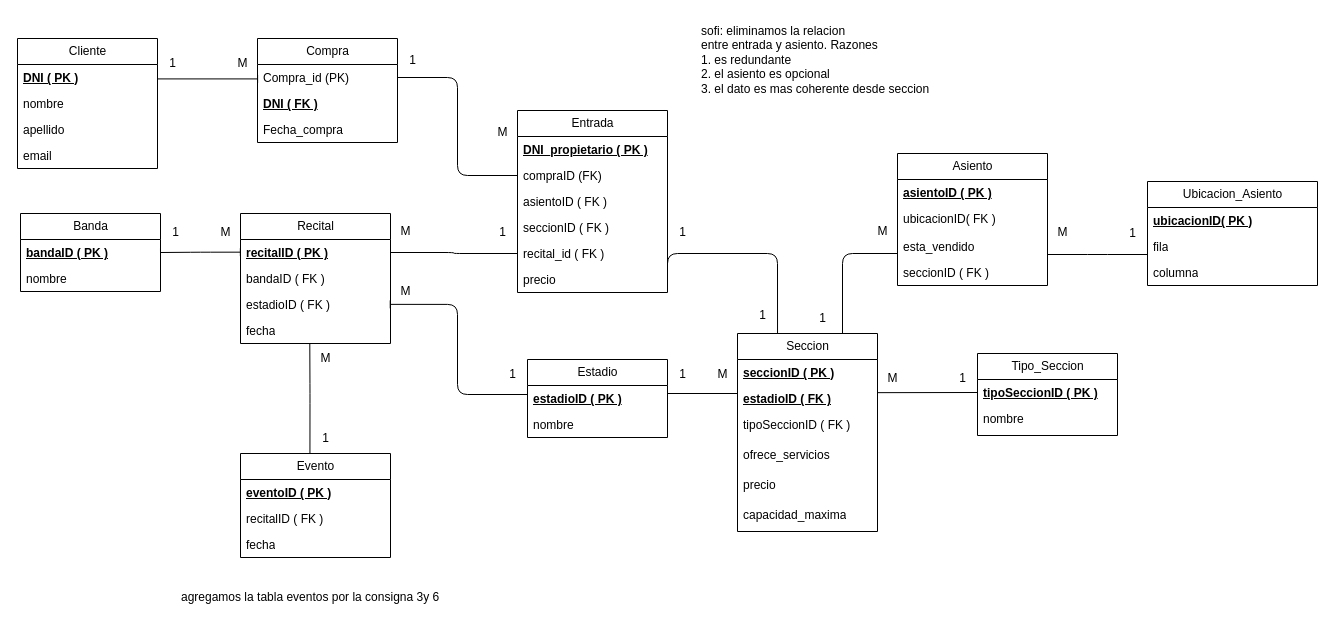
The draw.io diagram diagrama.drawio in DavidLBruno/sql-project, before the edit. Source tidied: cells renumbered, new cells numbered last; positions are measured from the earlier drawing's top-left corner, leaving out a move shared by most shapes. Both pictures are drawn from the tidied source at 100%, with x=0, y=0 at pixel (17, 17).
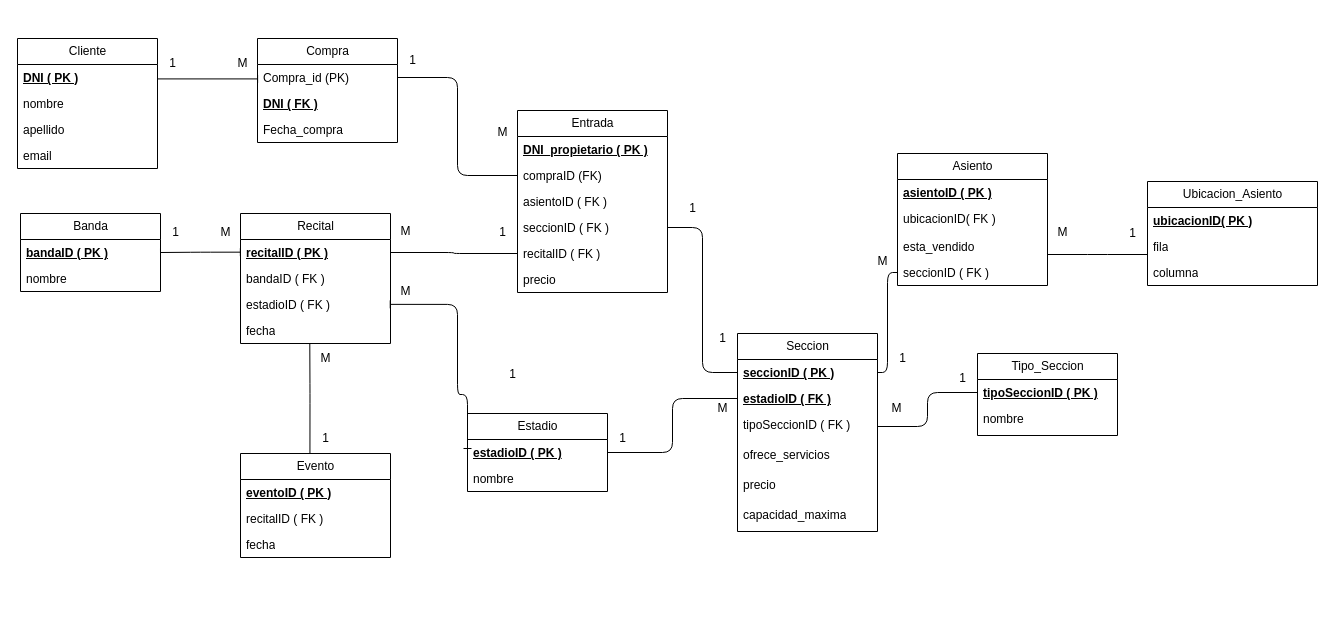
The same page after the edit.

The change refers to these unchanged cells:
```xml
<mxCell id="7" value="Entrada" style="swimlane;fontStyle=0;horizontal=1;startSize=26;fillColor=none;html=1;" parent="1" vertex="1">
  <mxGeometry x="500" y="93" width="150" height="182" as="geometry" />
</mxCell>
<mxCell id="11" value="seccionID ( FK )" style="text;strokeColor=none;fillColor=none;align=left;verticalAlign=top;spacingLeft=4;spacingRight=4;overflow=hidden;points=[[0,0.5],[1,0.5]];portConstraint=eastwest;whiteSpace=wrap;html=1;" parent="7" vertex="1">
  <mxGeometry y="104" width="150" height="26" as="geometry" />
</mxCell>
<mxCell id="13" value="precio" style="text;strokeColor=none;fillColor=none;align=left;verticalAlign=top;spacingLeft=4;spacingRight=4;overflow=hidden;points=[[0,0.5],[1,0.5]];portConstraint=eastwest;whiteSpace=wrap;html=1;" parent="7" vertex="1">
  <mxGeometry y="156" width="150" height="26" as="geometry" />
</mxCell>
<mxCell id="15" value="&lt;b&gt;&lt;u&gt;estadioID ( PK )&lt;/u&gt;&lt;/b&gt;" style="text;strokeColor=none;fillColor=none;align=left;verticalAlign=top;spacingLeft=4;spacingRight=4;overflow=hidden;points=[[0,0.5],[1,0.5]];portConstraint=eastwest;whiteSpace=wrap;html=1;" parent="14" vertex="1">
  <mxGeometry y="26" width="140" height="26" as="geometry" />
</mxCell>
<mxCell id="24" value="seccionID ( FK )" style="text;strokeColor=none;fillColor=none;align=left;verticalAlign=top;spacingLeft=4;spacingRight=4;overflow=hidden;points=[[0,0.5],[1,0.5]];portConstraint=eastwest;whiteSpace=wrap;html=1;" parent="20" vertex="1">
  <mxGeometry y="106" width="150" height="26" as="geometry" />
</mxCell>
<mxCell id="52" value="Seccion" style="swimlane;fontStyle=0;horizontal=1;startSize=26;fillColor=none;html=1;" parent="1" vertex="1">
  <mxGeometry x="720" y="316" width="140" height="198" as="geometry" />
</mxCell>
<mxCell id="53" value="&lt;b&gt;&lt;u&gt;seccionID ( PK )&lt;/u&gt;&lt;/b&gt;" style="text;strokeColor=none;fillColor=none;align=left;verticalAlign=top;spacingLeft=4;spacingRight=4;overflow=hidden;points=[[0,0.5],[1,0.5]];portConstraint=eastwest;whiteSpace=wrap;html=1;" parent="52" vertex="1">
  <mxGeometry y="26" width="140" height="26" as="geometry" />
</mxCell>
<mxCell id="54" value="&lt;b&gt;&lt;u&gt;estadioID ( FK )&lt;/u&gt;&lt;/b&gt;" style="text;strokeColor=none;fillColor=none;align=left;verticalAlign=top;spacingLeft=4;spacingRight=4;overflow=hidden;points=[[0,0.5],[1,0.5]];portConstraint=eastwest;whiteSpace=wrap;html=1;" parent="52" vertex="1">
  <mxGeometry y="52" width="140" height="26" as="geometry" />
</mxCell>
<mxCell id="55" value="tipoSeccionID ( FK )" style="text;strokeColor=none;fillColor=none;align=left;verticalAlign=top;spacingLeft=4;spacingRight=4;overflow=hidden;points=[[0,0.5],[1,0.5]];portConstraint=eastwest;whiteSpace=wrap;html=1;" parent="52" vertex="1">
  <mxGeometry y="78" width="140" height="30" as="geometry" />
</mxCell>
<mxCell id="60" value="&lt;b&gt;&lt;u&gt;tipoSeccionID ( PK )&lt;/u&gt;&lt;/b&gt;" style="text;strokeColor=none;fillColor=none;align=left;verticalAlign=top;spacingLeft=4;spacingRight=4;overflow=hidden;points=[[0,0.5],[1,0.5]];portConstraint=eastwest;whiteSpace=wrap;html=1;" parent="59" vertex="1">
  <mxGeometry y="26" width="140" height="26" as="geometry" />
</mxCell>
```

Diff of the diagram source:
```diff
@@
-    <mxCell id="12" value="recital_id ( FK )" style="text;strokeColor=none;fillColor=none;align=left;verticalAlign=top;spacingLeft=4;spacingRight=4;overflow=hidden;points=[[0,0.5],[1,0.5]];portConstraint=eastwest;whiteSpace=wrap;html=1;" parent="7" vertex="1">
+    <mxCell id="12" value="recitalID ( FK )" style="text;strokeColor=none;fillColor=none;align=left;verticalAlign=top;spacingLeft=4;spacingRight=4;overflow=hidden;points=[[0,0.5],[1,0.5]];portConstraint=eastwest;whiteSpace=wrap;html=1;" parent="7" vertex="1">
       <mxGeometry y="130" width="150" height="26" as="geometry" />
     </mxCell>
@@
     <mxCell id="14" value="Estadio" style="swimlane;fontStyle=0;horizontal=1;startSize=26;fillColor=none;html=1;" parent="1" vertex="1">
-      <mxGeometry x="510" y="342" width="140" height="78" as="geometry" />
+      <mxGeometry x="450" y="396" width="140" height="78" as="geometry" />
     </mxCell>
@@
     <mxCell id="25" value="1" style="text;html=1;align=center;verticalAlign=middle;strokeColor=none;fillColor=none;" parent="1" vertex="1">
-      <mxGeometry x="650" y="342" width="30" height="30" as="geometry" />
+      <mxGeometry x="590" y="406" width="30" height="30" as="geometry" />
     </mxCell>
@@
     <mxCell id="30" value="1" style="text;html=1;align=center;verticalAlign=middle;strokeColor=none;fillColor=none;" parent="1" vertex="1">
-      <mxGeometry x="730" y="283" width="30" height="30" as="geometry" />
+      <mxGeometry x="690" y="306" width="30" height="30" as="geometry" />
     </mxCell>
@@
-    <mxCell id="62" style="edgeStyle=orthogonalEdgeStyle;html=1;endArrow=baseDash;endFill=0;" parent="1" edge="1" source="15">
-      <mxGeometry relative="1" as="geometry">
-        <mxPoint x="720" y="376" as="targetPoint" />
-        <Array as="points">
-          <mxPoint x="720" y="376" />
-        </Array>
-      </mxGeometry>
-    </mxCell>
     <mxCell id="63" value="M" style="text;html=1;align=center;verticalAlign=middle;strokeColor=none;fillColor=none;" parent="1" vertex="1">
-      <mxGeometry x="690" y="342" width="30" height="30" as="geometry" />
+      <mxGeometry x="690" y="376" width="30" height="30" as="geometry" />
     </mxCell>
@@
     <mxCell id="69" value="M" style="text;html=1;align=center;verticalAlign=middle;points=[];strokeColor=none;fillColor=none;" parent="1" vertex="1">
-      <mxGeometry x="860" y="346" width="30" height="30" as="geometry" />
+      <mxGeometry x="864" y="376" width="30" height="30" as="geometry" />
     </mxCell>
@@
-    <mxCell id="71" style="edgeStyle=orthogonalEdgeStyle;html=1;endArrow=baseDash;endFill=0;exitX=0.75;exitY=0;exitDx=0;exitDy=0;" parent="1" edge="1" source="52">
-      <mxGeometry relative="1" as="geometry">
-        <mxPoint x="880" y="236" as="targetPoint" />
-        <Array as="points">
-          <mxPoint x="825" y="236" />
-          <mxPoint x="880" y="236" />
-        </Array>
-      </mxGeometry>
-    </mxCell>
-    <mxCell id="72" style="edgeStyle=orthogonalEdgeStyle;html=1;endArrow=baseDash;endFill=0;entryX=0;entryY=0.5;entryDx=0;entryDy=0;exitX=-0.005;exitY=0.972;exitDx=0;exitDy=0;exitPerimeter=0;" parent="1" edge="1" source="69" target="60">
-      <mxGeometry relative="1" as="geometry">
-        <Array as="points">
-          <mxPoint x="860" y="375" />
-        </Array>
-      </mxGeometry>
-    </mxCell>
-    <mxCell id="73" style="edgeStyle=orthogonalEdgeStyle;html=1;endArrow=baseDash;endFill=0;entryX=0.286;entryY=0;entryDx=0;entryDy=0;entryPerimeter=0;exitX=1;exitY=0.5;exitDx=0;exitDy=0;" parent="1" edge="1" source="13" target="52">
-      <mxGeometry relative="1" as="geometry">
-        <Array as="points">
-          <mxPoint x="760" y="236" />
-        </Array>
-      </mxGeometry>
-    </mxCell>
     <mxCell id="74" value="1" style="text;html=1;align=center;verticalAlign=middle;strokeColor=none;fillColor=none;" parent="1" vertex="1">
-      <mxGeometry x="650" y="200" width="30" height="30" as="geometry" />
+      <mxGeometry x="660" y="176" width="30" height="30" as="geometry" />
     </mxCell>
@@
-    <mxCell id="83" value="sofi: eliminamos la relacion&amp;nbsp;&lt;br&gt;entre entrada y asiento. Razones&lt;br&gt;1. es redundante&lt;br&gt;2. el asiento es opcional&lt;br&gt;3. el dato es mas coherente desde seccion" style="text;strokeColor=none;fillColor=none;align=left;verticalAlign=top;spacingLeft=4;spacingRight=4;overflow=hidden;whiteSpace=wrap;html=1;" parent="1" vertex="1">
-      <mxGeometry x="677.5" y="-0.5" width="255" height="87" as="geometry" />
-    </mxCell>
     <mxCell id="84" value="1" style="text;html=1;align=center;verticalAlign=middle;strokeColor=none;fillColor=none;" parent="1" vertex="1">
-      <mxGeometry x="790" y="286" width="30" height="30" as="geometry" />
+      <mxGeometry x="870" y="326" width="30" height="30" as="geometry" />
     </mxCell>
     <mxCell id="85" value="M" style="text;html=1;align=center;verticalAlign=middle;strokeColor=none;fillColor=none;" parent="1" vertex="1">
-      <mxGeometry x="850" y="199" width="30" height="30" as="geometry" />
+      <mxGeometry x="850" y="229" width="30" height="30" as="geometry" />
     </mxCell>
-    <mxCell id="86" value="agregamos la tabla eventos por la consigna 3y 6" style="text;strokeColor=none;fillColor=none;align=left;verticalAlign=top;spacingLeft=4;spacingRight=4;overflow=hidden;whiteSpace=wrap;html=1;" parent="1" vertex="1">
-      <mxGeometry x="158" y="566" width="280" height="32" as="geometry" />
-    </mxCell>
+    <mxCell id="87" style="edgeStyle=orthogonalEdgeStyle;html=1;endArrow=baseDash;endFill=0;" parent="1" edge="1" source="15" target="54">
+      <mxGeometry relative="1" as="geometry" />
+    </mxCell>
+    <mxCell id="88" style="edgeStyle=orthogonalEdgeStyle;html=1;endArrow=baseDash;endFill=0;" parent="1" edge="1" source="53" target="11">
+      <mxGeometry relative="1" as="geometry" />
+    </mxCell>
+    <mxCell id="89" style="edgeStyle=orthogonalEdgeStyle;html=1;endArrow=baseDash;endFill=0;" parent="1" edge="1" source="53" target="24">
+      <mxGeometry relative="1" as="geometry" />
+    </mxCell>
+    <mxCell id="90" style="edgeStyle=orthogonalEdgeStyle;html=1;endArrow=baseDash;endFill=0;" parent="1" edge="1" source="55" target="60">
+      <mxGeometry relative="1" as="geometry" />
+    </mxCell>
```
